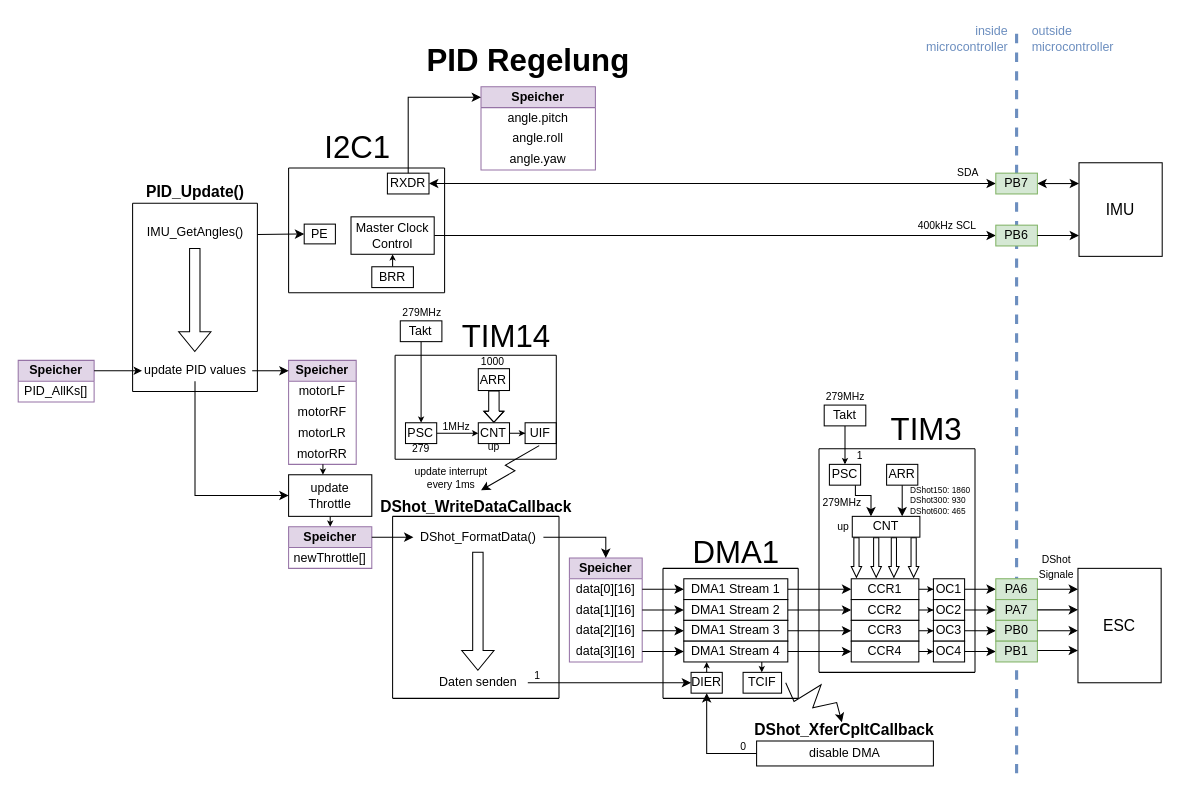
This is page "Motoransteuerung" (4 of 5) of Dokumentation/Bilder/Softwarearchitektur/Softwarearchitektur.drawio from FrogMoment/FPV_Drohne_202324, a draw.io file, before an edit. Source tidied: cells renumbered, new cells numbered last; positions are measured from the earlier drawing's top-left corner, leaving out a move shared by most shapes. Both pictures are drawn from the tidied source at 104%, with x=0, y=0 at pixel (18, 18).
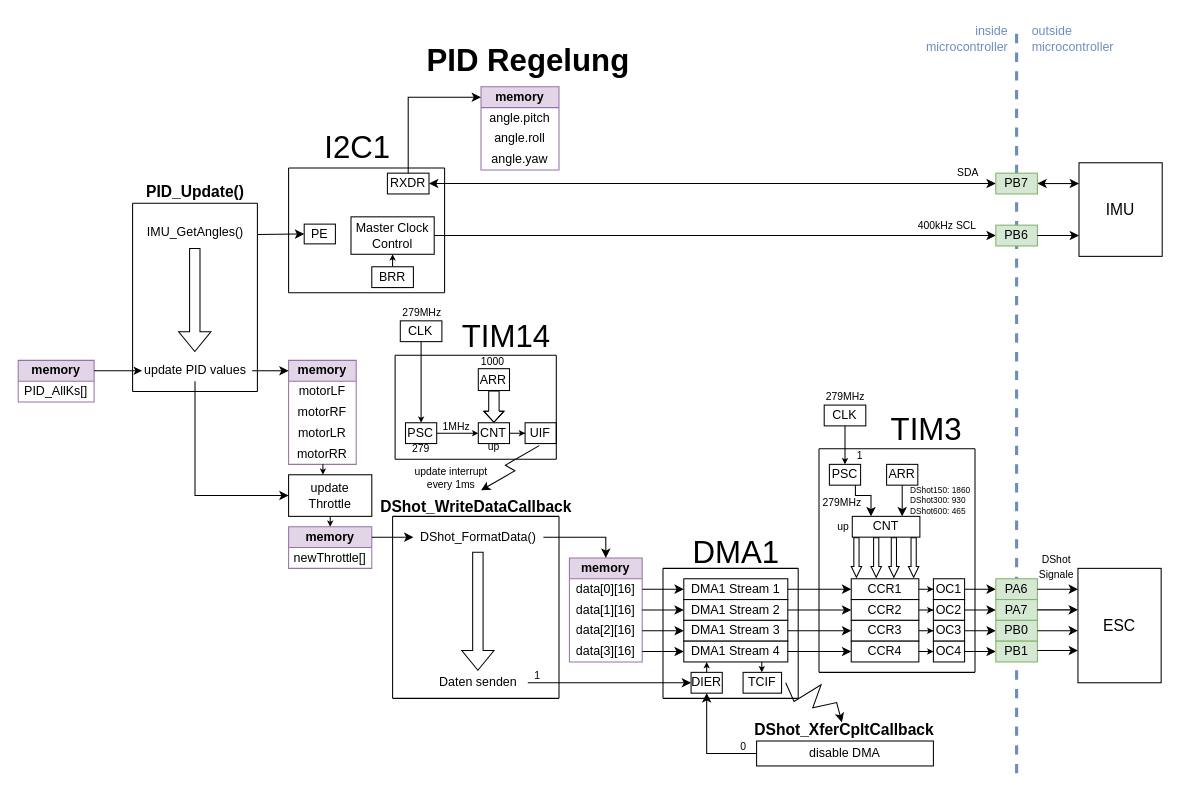
After the change.

The edit, as a diff of the source:
```diff
@@
-    <mxCell id="26" value="&lt;b&gt;Speicher&lt;/b&gt;" style="swimlane;fontStyle=0;horizontal=1;startSize=20;whiteSpace=wrap;html=1;fillColor=#e1d5e7;strokeColor=#9673a6;" parent="1" vertex="1">
-      <mxGeometry x="445" y="66" width="110" height="80" as="geometry" />
+    <mxCell id="26" value="&lt;b&gt;memory&lt;/b&gt;" style="swimlane;fontStyle=0;horizontal=1;startSize=20;whiteSpace=wrap;html=1;fillColor=#e1d5e7;strokeColor=#9673a6;" parent="1" vertex="1">
+      <mxGeometry x="445" y="66" width="75" height="80" as="geometry" />
     </mxCell>
     <mxCell id="27" value="&lt;font style=&quot;font-size: 12px;&quot;&gt;angle.pitch&lt;/font&gt;" style="text;strokeColor=none;fillColor=none;align=center;verticalAlign=middle;spacingLeft=4;spacingRight=4;overflow=hidden;whiteSpace=wrap;html=1;" parent="26" vertex="1">
-      <mxGeometry y="20" width="110" height="20" as="geometry" />
+      <mxGeometry y="20" width="75" height="20" as="geometry" />
     </mxCell>
     <mxCell id="28" value="angle.roll" style="text;strokeColor=none;fillColor=none;align=center;verticalAlign=middle;spacingLeft=4;spacingRight=4;overflow=hidden;whiteSpace=wrap;html=1;" parent="26" vertex="1">
-      <mxGeometry y="40" width="110" height="20" as="geometry" />
+      <mxGeometry y="40" width="75" height="20" as="geometry" />
     </mxCell>
     <mxCell id="29" value="angle.yaw" style="text;strokeColor=none;fillColor=none;align=center;verticalAlign=middle;spacingLeft=4;spacingRight=4;overflow=hidden;whiteSpace=wrap;html=1;" parent="26" vertex="1">
-      <mxGeometry y="60" width="110" height="20" as="geometry" />
+      <mxGeometry y="60" width="75" height="20" as="geometry" />
     </mxCell>
@@
-    <mxCell id="36" value="&lt;b&gt;Speicher&lt;/b&gt;" style="swimlane;fontStyle=0;horizontal=1;startSize=20;whiteSpace=wrap;html=1;fillColor=#e1d5e7;strokeColor=#9673a6;" parent="1" vertex="1">
+    <mxCell id="36" value="&lt;b&gt;memory&lt;/b&gt;" style="swimlane;fontStyle=0;horizontal=1;startSize=20;whiteSpace=wrap;html=1;fillColor=#e1d5e7;strokeColor=#9673a6;" parent="1" vertex="1">
       <mxGeometry y="329" width="73" height="40" as="geometry" />
     </mxCell>
@@
-    <mxCell id="40" value="&lt;b&gt;Speicher&lt;/b&gt;" style="swimlane;fontStyle=0;horizontal=1;startSize=20;whiteSpace=wrap;html=1;fillColor=#e1d5e7;strokeColor=#9673a6;" parent="1" vertex="1">
+    <mxCell id="40" value="&lt;b&gt;memory&lt;/b&gt;" style="swimlane;fontStyle=0;horizontal=1;startSize=20;whiteSpace=wrap;html=1;fillColor=#e1d5e7;strokeColor=#9673a6;" parent="1" vertex="1">
       <mxGeometry x="260" y="329" width="65" height="100" as="geometry" />
     </mxCell>
@@
-    <mxCell id="46" value="&lt;b&gt;Speicher&lt;/b&gt;" style="swimlane;fontStyle=0;horizontal=1;startSize=20;whiteSpace=wrap;html=1;fillColor=#e1d5e7;strokeColor=#9673a6;" parent="1" vertex="1">
+    <mxCell id="46" value="&lt;b&gt;memory&lt;/b&gt;" style="swimlane;fontStyle=0;horizontal=1;startSize=20;whiteSpace=wrap;html=1;fillColor=#e1d5e7;strokeColor=#9673a6;" parent="1" vertex="1">
       <mxGeometry x="260" y="489" width="80" height="40" as="geometry" />
     </mxCell>
@@
-    <mxCell id="53" value="Takt" style="whiteSpace=wrap;html=1;" parent="1" vertex="1">
+    <mxCell id="53" value="CLK" style="whiteSpace=wrap;html=1;" parent="1" vertex="1">
       <mxGeometry x="367.4" y="291" width="40" height="20" as="geometry" />
     </mxCell>
@@
-    <mxCell id="77" value="&lt;b&gt;Speicher&lt;/b&gt;" style="swimlane;fontStyle=0;horizontal=1;startSize=20;whiteSpace=wrap;html=1;fillColor=#e1d5e7;strokeColor=#9673a6;" parent="1" vertex="1">
+    <mxCell id="77" value="&lt;b&gt;memory&lt;/b&gt;" style="swimlane;fontStyle=0;horizontal=1;startSize=20;whiteSpace=wrap;html=1;fillColor=#e1d5e7;strokeColor=#9673a6;" parent="1" vertex="1">
       <mxGeometry x="530" y="519" width="70" height="100" as="geometry" />
     </mxCell>
@@
-    <mxCell id="107" value="Takt" style="whiteSpace=wrap;html=1;" parent="1" vertex="1">
+    <mxCell id="107" value="CLK" style="whiteSpace=wrap;html=1;" parent="1" vertex="1">
       <mxGeometry x="775" y="372" width="40" height="20" as="geometry" />
     </mxCell>
```
